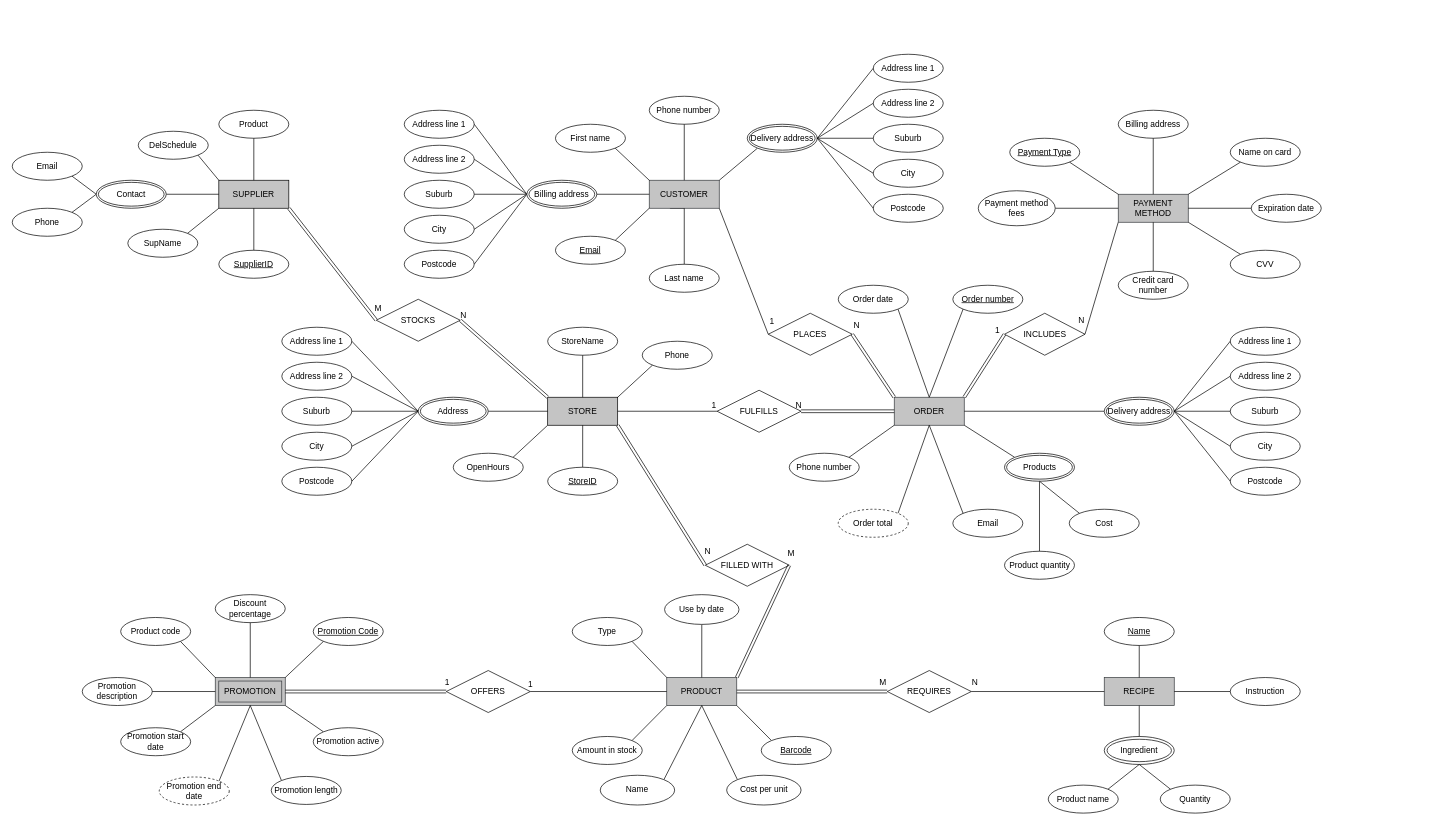
Before: online_food_store.drawio in ThibaudARoy/Group5EntityRelationshipDiagram, a draw.io diagram. Source tidied: cells renumbered, new cells numbered last; positions are measured from the earlier drawing's top-left corner, leaving out a move shared by most shapes. Both pictures are drawn from the tidied source at 70%, with x=0, y=0 at pixel (12, 54).
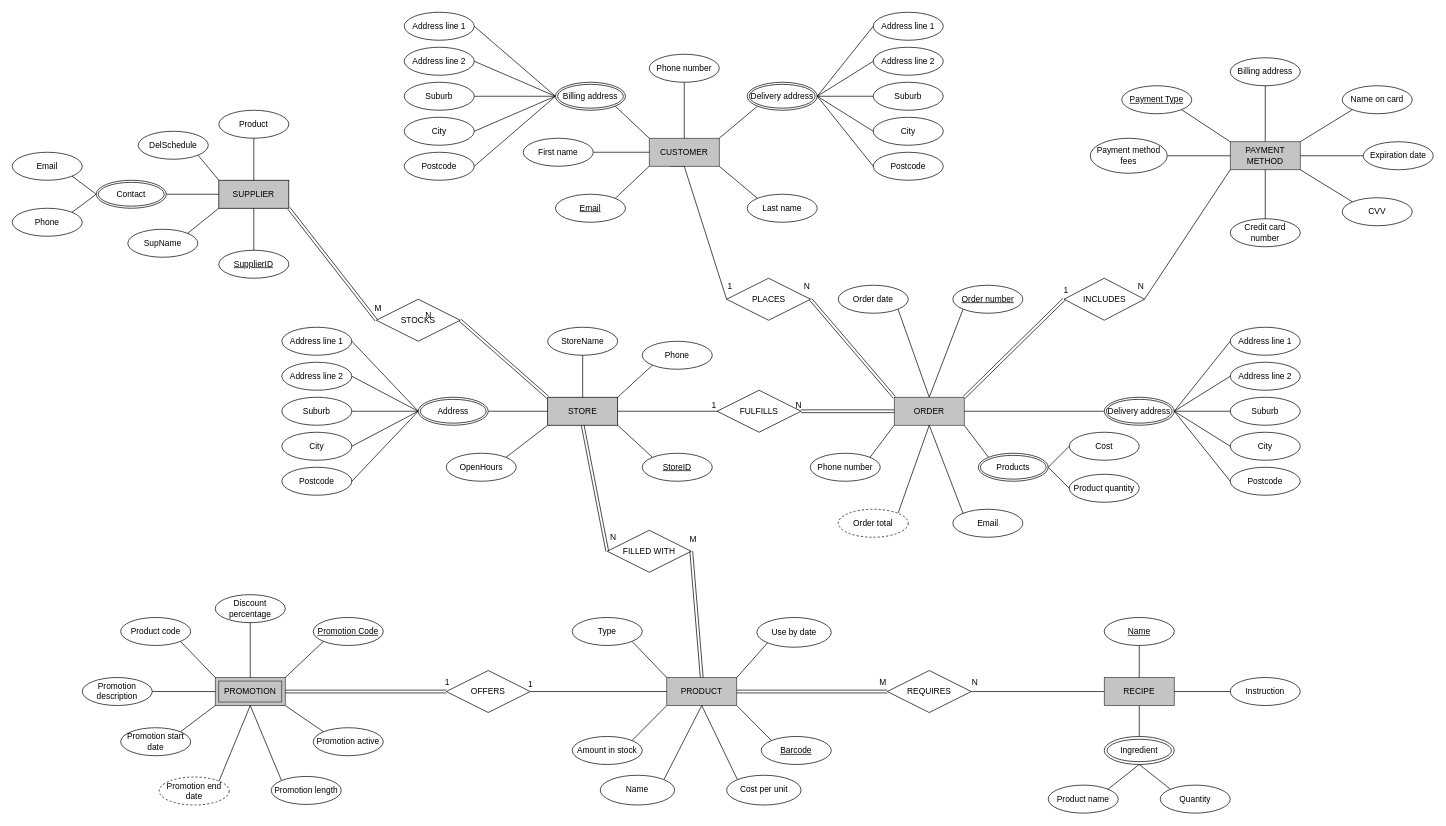
The same page after the edit.

The change refers to these unchanged cells:
```xml
<mxCell id="66" style="endArrow=none;html=1;rounded=0;entryX=0;entryY=1;entryDx=0;entryDy=0;exitX=1;exitY=0.5;exitDx=0;exitDy=0;" parent="1" edge="1" source="65" target="71">
  <mxGeometry relative="1" as="geometry" />
</mxCell>
<mxCell id="86" value="STORE" style="whiteSpace=wrap;html=1;align=center;fillColor=#c4c4c4;" parent="1" vertex="1">
  <mxGeometry x="764.9" y="490" width="100" height="40" as="geometry" />
</mxCell>
<mxCell id="116" style="shape=link;html=1;rounded=0;entryX=0;entryY=0;entryDx=0;entryDy=0;exitX=1;exitY=0.5;exitDx=0;exitDy=0;" parent="1" edge="1" source="115" target="86">
  <mxGeometry relative="1" as="geometry" />
</mxCell>
<mxCell id="130" style="shape=link;html=1;rounded=0;entryX=0;entryY=0;entryDx=0;entryDy=0;exitX=1;exitY=0.5;exitDx=0;exitDy=0;" parent="1" edge="1" source="15" target="14">
  <mxGeometry relative="1" as="geometry" />
</mxCell>
<mxCell id="146" value="PRODUCT" style="whiteSpace=wrap;html=1;align=center;fillColor=#C4C4C4;strokeColor=#36393d;" parent="1" vertex="1">
  <mxGeometry x="935" y="890.4" width="100" height="40" as="geometry" />
</mxCell>
```

Diff of the diagram source:
```diff
@@
     <mxCell id="2" style="edgeStyle=orthogonalEdgeStyle;rounded=0;jettySize=auto;html=1;exitX=0.5;exitY=1;exitDx=0;exitDy=0;" parent="1" edge="1" source="3">
       <mxGeometry relative="1" as="geometry">
-        <mxPoint x="940" y="200" as="targetPoint" />
+        <mxPoint x="940" y="140" as="targetPoint" />
       </mxGeometry>
     </mxCell>
     <mxCell id="3" value="CUSTOMER" style="whiteSpace=wrap;html=1;align=center;fillColor=#C4C4C4;strokeColor=#36393d;" parent="1" vertex="1">
-      <mxGeometry x="910" y="180" width="100" height="40" as="geometry" />
+      <mxGeometry x="910" y="120" width="100" height="40" as="geometry" />
     </mxCell>
     <mxCell id="4" value="Email" style="ellipse;whiteSpace=wrap;html=1;align=center;fontStyle=4;" parent="1" vertex="1">
-      <mxGeometry x="776" y="260" width="100" height="40" as="geometry" />
+      <mxGeometry x="776" y="200" width="100" height="40" as="geometry" />
     </mxCell>
     <mxCell id="5" value="First name" style="ellipse;whiteSpace=wrap;html=1;align=center;" parent="1" vertex="1">
-      <mxGeometry x="776" y="100" width="100" height="40" as="geometry" />
+      <mxGeometry x="730" y="120" width="100" height="40" as="geometry" />
     </mxCell>
     <mxCell id="6" value="Last name" style="ellipse;whiteSpace=wrap;html=1;align=center;" parent="1" vertex="1">
-      <mxGeometry x="910" y="300" width="100" height="40" as="geometry" />
+      <mxGeometry x="1050" y="200" width="100" height="40" as="geometry" />
     </mxCell>
     <mxCell id="7" value="Phone number" style="ellipse;whiteSpace=wrap;html=1;align=center;fontStyle=0;" parent="1" vertex="1">
-      <mxGeometry x="910" y="60" width="100" height="40" as="geometry" />
+      <mxGeometry x="910" width="100" height="40" as="geometry" />
     </mxCell>
     <mxCell id="8" style="endArrow=none;html=1;rounded=0;entryX=0;entryY=1;entryDx=0;entryDy=0;" parent="1" edge="1" target="16">
       <mxGeometry relative="1" as="geometry">
-        <mxPoint x="1010" y="180" as="sourcePoint" />
+        <mxPoint x="1010" y="120" as="sourcePoint" />
       </mxGeometry>
     </mxCell>
-    <mxCell id="9" style="endArrow=none;html=1;rounded=0;entryX=1;entryY=0.5;entryDx=0;entryDy=0;exitX=0;exitY=0.5;exitDx=0;exitDy=0;" parent="1" edge="1" source="3" target="61">
+    <mxCell id="9" style="endArrow=none;html=1;rounded=0;entryX=1;entryY=1;entryDx=0;entryDy=0;exitX=0;exitY=0;exitDx=0;exitDy=0;" parent="1" edge="1" source="3" target="61">
       <mxGeometry relative="1" as="geometry" />
     </mxCell>
@@
-    <mxCell id="12" style="endArrow=none;html=1;rounded=0;entryX=0;entryY=0;entryDx=0;entryDy=0;exitX=1;exitY=1;exitDx=0;exitDy=0;" parent="1" edge="1" source="5" target="3">
+    <mxCell id="12" style="endArrow=none;html=1;rounded=0;entryX=0;entryY=0.5;entryDx=0;entryDy=0;exitX=1;exitY=0.5;exitDx=0;exitDy=0;" parent="1" edge="1" source="5" target="3">
       <mxGeometry relative="1" as="geometry" />
     </mxCell>
-    <mxCell id="13" style="endArrow=none;html=1;rounded=0;exitX=0.5;exitY=0;exitDx=0;exitDy=0;entryX=0.5;entryY=1;entryDx=0;entryDy=0;" parent="1" edge="1" source="6" target="3">
+    <mxCell id="13" style="endArrow=none;html=1;rounded=0;exitX=0;exitY=0;exitDx=0;exitDy=0;entryX=1;entryY=1;entryDx=0;entryDy=0;" parent="1" edge="1" source="6" target="3">
       <mxGeometry relative="1" as="geometry" />
     </mxCell>
@@
     <mxCell id="15" value="PLACES" style="shape=rhombus;perimeter=rhombusPerimeter;whiteSpace=wrap;html=1;align=center;" parent="1" vertex="1">
-      <mxGeometry x="1080" y="370" width="120" height="60" as="geometry" />
+      <mxGeometry x="1020.5" y="320" width="120" height="60" as="geometry" />
     </mxCell>
     <mxCell id="16" value="Delivery address" style="ellipse;shape=doubleEllipse;margin=3;whiteSpace=wrap;html=1;align=center;" parent="1" vertex="1">
-      <mxGeometry x="1050" y="100" width="100" height="40" as="geometry" />
+      <mxGeometry x="1050" y="40" width="100" height="40" as="geometry" />
     </mxCell>
@@
     <mxCell id="19" value="Phone number" style="ellipse;whiteSpace=wrap;html=1;align=center;fontStyle=0;" parent="1" vertex="1">
-      <mxGeometry x="1110" y="570" width="100" height="40" as="geometry" />
+      <mxGeometry x="1140" y="570" width="100" height="40" as="geometry" />
     </mxCell>
     <mxCell id="20" value="Product quantity" style="ellipse;whiteSpace=wrap;html=1;align=center;fontStyle=0;" parent="1" vertex="1">
-      <mxGeometry x="1417.5" y="710" width="100" height="40" as="geometry" />
+      <mxGeometry x="1510" y="600" width="100" height="40" as="geometry" />
     </mxCell>
@@
-    <mxCell id="25" style="endArrow=none;html=1;rounded=0;entryX=0.5;entryY=0;entryDx=0;entryDy=0;exitX=0.5;exitY=1;exitDx=0;exitDy=0;" parent="1" edge="1" source="62" target="20">
+    <mxCell id="25" style="endArrow=none;html=1;rounded=0;entryX=0;entryY=0.5;entryDx=0;entryDy=0;exitX=1;exitY=0.5;exitDx=0;exitDy=0;" parent="1" edge="1" source="62" target="20">
       <mxGeometry relative="1" as="geometry" />
     </mxCell>
@@
     <mxCell id="31" value="Address line 1" style="ellipse;whiteSpace=wrap;html=1;align=center;" parent="1" vertex="1">
-      <mxGeometry x="1230" width="100" height="40" as="geometry" />
+      <mxGeometry x="1230" y="-60" width="100" height="40" as="geometry" />
     </mxCell>
     <mxCell id="32" value="Address line 2" style="ellipse;whiteSpace=wrap;html=1;align=center;" parent="1" vertex="1">
-      <mxGeometry x="1230" y="50" width="100" height="40" as="geometry" />
+      <mxGeometry x="1230" y="-10" width="100" height="40" as="geometry" />
     </mxCell>
     <mxCell id="33" value="Suburb" style="ellipse;whiteSpace=wrap;html=1;align=center;" parent="1" vertex="1">
-      <mxGeometry x="1230" y="100" width="100" height="40" as="geometry" />
+      <mxGeometry x="1230" y="40" width="100" height="40" as="geometry" />
     </mxCell>
     <mxCell id="34" value="City" style="ellipse;whiteSpace=wrap;html=1;align=center;" parent="1" vertex="1">
-      <mxGeometry x="1230" y="150" width="100" height="40" as="geometry" />
+      <mxGeometry x="1230" y="90" width="100" height="40" as="geometry" />
     </mxCell>
     <mxCell id="35" value="Postcode" style="ellipse;whiteSpace=wrap;html=1;align=center;" parent="1" vertex="1">
-      <mxGeometry x="1230" y="200" width="100" height="40" as="geometry" />
+      <mxGeometry x="1230" y="140" width="100" height="40" as="geometry" />
     </mxCell>
@@
     <mxCell id="51" value="Address line 1" style="ellipse;whiteSpace=wrap;html=1;align=center;" parent="1" vertex="1">
-      <mxGeometry x="560" y="80" width="100" height="40" as="geometry" />
+      <mxGeometry x="560" y="-60" width="100" height="40" as="geometry" />
     </mxCell>
     <mxCell id="52" value="Address line 2" style="ellipse;whiteSpace=wrap;html=1;align=center;" parent="1" vertex="1">
-      <mxGeometry x="560" y="130" width="100" height="40" as="geometry" />
+      <mxGeometry x="560" y="-10" width="100" height="40" as="geometry" />
     </mxCell>
     <mxCell id="53" value="Suburb" style="ellipse;whiteSpace=wrap;html=1;align=center;" parent="1" vertex="1">
-      <mxGeometry x="560" y="180" width="100" height="40" as="geometry" />
+      <mxGeometry x="560" y="40" width="100" height="40" as="geometry" />
     </mxCell>
     <mxCell id="54" value="City" style="ellipse;whiteSpace=wrap;html=1;align=center;" parent="1" vertex="1">
-      <mxGeometry x="560" y="230" width="100" height="40" as="geometry" />
+      <mxGeometry x="560" y="90" width="100" height="40" as="geometry" />
     </mxCell>
     <mxCell id="55" value="Postcode" style="ellipse;whiteSpace=wrap;html=1;align=center;" parent="1" vertex="1">
-      <mxGeometry x="560" y="280" width="100" height="40" as="geometry" />
+      <mxGeometry x="560" y="140" width="100" height="40" as="geometry" />
     </mxCell>
@@
     <mxCell id="61" value="Billing address" style="ellipse;shape=doubleEllipse;margin=3;whiteSpace=wrap;html=1;align=center;" parent="1" vertex="1">
-      <mxGeometry x="735.1" y="180" width="100" height="40" as="geometry" />
+      <mxGeometry x="776" y="40" width="100" height="40" as="geometry" />
     </mxCell>
     <mxCell id="62" value="Products" style="ellipse;shape=doubleEllipse;margin=3;whiteSpace=wrap;html=1;align=center;" parent="1" vertex="1">
-      <mxGeometry x="1417.5" y="570" width="100" height="40" as="geometry" />
+      <mxGeometry x="1380" y="570" width="100" height="40" as="geometry" />
     </mxCell>
     <mxCell id="63" value="Cost" style="ellipse;whiteSpace=wrap;html=1;align=center;fontStyle=0;" parent="1" vertex="1">
-      <mxGeometry x="1510" y="650" width="100" height="40" as="geometry" />
+      <mxGeometry x="1510" y="540" width="100" height="40" as="geometry" />
     </mxCell>
-    <mxCell id="64" style="endArrow=none;html=1;rounded=0;entryX=0;entryY=0;entryDx=0;entryDy=0;exitX=0.5;exitY=1;exitDx=0;exitDy=0;" parent="1" edge="1" source="62" target="63">
+    <mxCell id="64" style="endArrow=none;html=1;rounded=0;entryX=0;entryY=0.5;entryDx=0;entryDy=0;exitX=1;exitY=0.5;exitDx=0;exitDy=0;" parent="1" edge="1" source="62" target="63">
       <mxGeometry relative="1" as="geometry" />
     </mxCell>
     <mxCell id="65" value="INCLUDES" style="shape=rhombus;perimeter=rhombusPerimeter;whiteSpace=wrap;html=1;align=center;" parent="1" vertex="1">
-      <mxGeometry x="1417.5" y="370" width="115" height="60" as="geometry" />
+      <mxGeometry x="1502.5" y="320" width="115" height="60" as="geometry" />
     </mxCell>
@@
     <mxCell id="67" value="N" style="html=1;whiteSpace=wrap;align=right;verticalAlign=bottom;" parent="66" vertex="1">
       <mxGeometry x="1" relative="1" as="geometry">
-        <mxPoint x="-47" y="149" as="offset" />
+        <mxPoint x="-122" y="175" as="offset" />
       </mxGeometry>
     </mxCell>
-    <mxCell id="68" style="endArrow=none;html=1;rounded=0;exitX=1;exitY=1;exitDx=0;exitDy=0;entryX=0;entryY=0.5;entryDx=0;entryDy=0;" parent="1" edge="1" source="3" target="15">
+    <mxCell id="68" style="endArrow=none;html=1;rounded=0;exitX=0.5;exitY=1;exitDx=0;exitDy=0;entryX=0;entryY=0.5;entryDx=0;entryDy=0;" parent="1" edge="1" source="3" target="15">
       <mxGeometry relative="1" as="geometry" />
     </mxCell>
@@
     <mxCell id="71" value="PAYMENT METHOD" style="whiteSpace=wrap;html=1;align=center;fillColor=#C4C4C4;strokeColor=#36393d;" parent="1" vertex="1">
-      <mxGeometry x="1580" y="200" width="100" height="40" as="geometry" />
+      <mxGeometry x="1740" y="125" width="100" height="40" as="geometry" />
     </mxCell>
     <mxCell id="72" value="&lt;u&gt;Payment Type&lt;/u&gt;" style="ellipse;whiteSpace=wrap;html=1;align=center;" parent="1" vertex="1">
-      <mxGeometry x="1425" y="120" width="100" height="40" as="geometry" />
+      <mxGeometry x="1585" y="45" width="100" height="40" as="geometry" />
     </mxCell>
     <mxCell id="73" value="&lt;span&gt;Billing address&lt;/span&gt;" style="ellipse;whiteSpace=wrap;html=1;align=center;fontStyle=0;" parent="1" vertex="1">
-      <mxGeometry x="1580" y="80" width="100" height="40" as="geometry" />
+      <mxGeometry x="1740" y="5" width="100" height="40" as="geometry" />
     </mxCell>
     <mxCell id="74" value="Name on card" style="ellipse;whiteSpace=wrap;html=1;align=center;fontStyle=0;" parent="1" vertex="1">
-      <mxGeometry x="1740" y="120" width="100" height="40" as="geometry" />
+      <mxGeometry x="1900" y="45" width="100" height="40" as="geometry" />
     </mxCell>
     <mxCell id="75" value="Expiration date" style="ellipse;whiteSpace=wrap;html=1;align=center;fontStyle=0;" parent="1" vertex="1">
-      <mxGeometry x="1770" y="200" width="100" height="40" as="geometry" />
+      <mxGeometry x="1930" y="125" width="100" height="40" as="geometry" />
     </mxCell>
@@
     <mxCell id="81" value="Credit card number" style="ellipse;whiteSpace=wrap;html=1;align=center;fontStyle=0;" parent="1" vertex="1">
-      <mxGeometry x="1580" y="310" width="100" height="40" as="geometry" />
+      <mxGeometry x="1740" y="235" width="100" height="40" as="geometry" />
     </mxCell>
@@
     <mxCell id="83" value="Payment method fees" style="ellipse;whiteSpace=wrap;html=1;align=center;fontStyle=0;" parent="1" vertex="1">
-      <mxGeometry x="1380" y="195" width="110" height="50" as="geometry" />
+      <mxGeometry x="1540" y="120" width="110" height="50" as="geometry" />
     </mxCell>
     <mxCell id="84" value="CVV" style="ellipse;whiteSpace=wrap;html=1;align=center;fontStyle=0;" parent="1" vertex="1">
-      <mxGeometry x="1740" y="280" width="100" height="40" as="geometry" />
+      <mxGeometry x="1900" y="205" width="100" height="40" as="geometry" />
     </mxCell>
@@
     <mxCell id="87" value="&lt;u&gt;StoreID&lt;/u&gt;" style="ellipse;whiteSpace=wrap;html=1;align=center;" parent="1" vertex="1">
-      <mxGeometry x="764.9" y="590" width="100" height="40" as="geometry" />
+      <mxGeometry x="900" y="570" width="100" height="40" as="geometry" />
     </mxCell>
@@
-    <mxCell id="92" style="endArrow=none;html=1;rounded=0;exitX=0.5;exitY=0;exitDx=0;exitDy=0;entryX=0.5;entryY=1;entryDx=0;entryDy=0;" parent="1" edge="1" source="87" target="86">
+    <mxCell id="92" style="endArrow=none;html=1;rounded=0;exitX=0;exitY=0;exitDx=0;exitDy=0;entryX=1;entryY=1;entryDx=0;entryDy=0;" parent="1" edge="1" source="87" target="86">
       <mxGeometry relative="1" as="geometry" />
     </mxCell>
@@
     <mxCell id="95" value="OpenHours" style="ellipse;whiteSpace=wrap;html=1;align=center;" parent="1" vertex="1">
-      <mxGeometry x="630" y="570" width="100" height="40" as="geometry" />
+      <mxGeometry x="620" y="570" width="100" height="40" as="geometry" />
     </mxCell>
@@
     <mxCell id="117" value="N" style="html=1;whiteSpace=wrap;align=right;verticalAlign=bottom;" parent="116" vertex="1">
       <mxGeometry x="1" relative="1" as="geometry">
-        <mxPoint x="234" y="229" as="offset" />
+        <mxPoint x="99" y="209" as="offset" />
       </mxGeometry>
     </mxCell>
@@
     <mxCell id="131" value="N" style="html=1;whiteSpace=wrap;align=right;verticalAlign=bottom;" parent="130" vertex="1">
       <mxGeometry x="1" relative="1" as="geometry">
-        <mxPoint x="-48" y="-94" as="offset" />
+        <mxPoint x="-119" y="-150" as="offset" />
       </mxGeometry>
     </mxCell>
@@
     <mxCell id="151" value="1" style="html=1;whiteSpace=wrap;align=right;verticalAlign=bottom;" parent="1" vertex="1">
-      <mxGeometry x="837" y="88" as="geometry">
+      <mxGeometry x="935" y="30" as="geometry">
         <mxPoint x="575" y="315" as="offset" />
       </mxGeometry>
     </mxCell>
@@
     <mxCell id="156" value="FILLED WITH" style="shape=rhombus;perimeter=rhombusPerimeter;whiteSpace=wrap;html=1;align=center;" parent="1" vertex="1">
-      <mxGeometry x="990" y="700" width="120" height="60" as="geometry" />
+      <mxGeometry x="850" y="680" width="120" height="60" as="geometry" />
     </mxCell>
-    <mxCell id="157" style="shape=link;html=1;rounded=0;exitX=0;exitY=0.5;exitDx=0;exitDy=0;entryX=1;entryY=1;entryDx=0;entryDy=0;" parent="1" edge="1" source="156" target="86">
+    <mxCell id="157" style="shape=link;html=1;rounded=0;exitX=0;exitY=0.5;exitDx=0;exitDy=0;entryX=0.5;entryY=1;entryDx=0;entryDy=0;" parent="1" edge="1" source="156" target="86">
       <mxGeometry relative="1" as="geometry" />
     </mxCell>
@@
-    <mxCell id="159" style="shape=link;html=1;rounded=0;entryX=1;entryY=0.5;entryDx=0;entryDy=0;exitX=1;exitY=0;exitDx=0;exitDy=0;" parent="1" edge="1" source="146" target="156">
+    <mxCell id="159" style="shape=link;html=1;rounded=0;entryX=1;entryY=0.5;entryDx=0;entryDy=0;exitX=0.5;exitY=0;exitDx=0;exitDy=0;" parent="1" edge="1" source="146" target="156">
       <mxGeometry relative="1" as="geometry" />
     </mxCell>
@@
-    <mxCell id="167" style="endArrow=none;html=1;rounded=0;exitX=0.5;exitY=0;exitDx=0;exitDy=0;entryX=0.5;entryY=1;entryDx=0;entryDy=0;" parent="1" edge="1" source="146" target="168">
+    <mxCell id="167" style="endArrow=none;html=1;rounded=0;exitX=1;exitY=0;exitDx=0;exitDy=0;entryX=0;entryY=1;entryDx=0;entryDy=0;" parent="1" edge="1" source="146" target="168">
       <mxGeometry relative="1" as="geometry" />
     </mxCell>
     <mxCell id="168" value="Use by date" style="ellipse;whiteSpace=wrap;html=1;align=center;" parent="1" vertex="1">
-      <mxGeometry x="931.9" y="772" width="106.3" height="42.5" as="geometry" />
+      <mxGeometry x="1063.7" y="804.6" width="106.3" height="42.5" as="geometry" />
     </mxCell>
```
